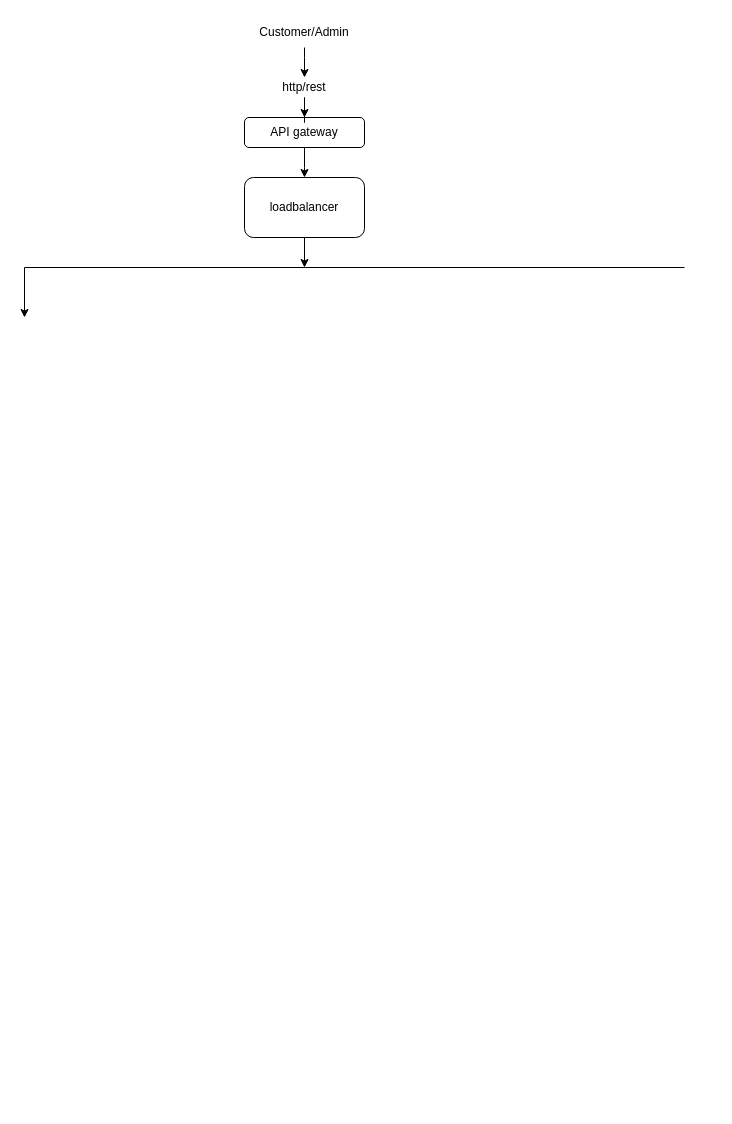
Before: Untitled Diagram.drawio in vishak-w/flybook, a draw.io diagram. Source tidied: cells renumbered, new cells numbered last; positions are measured from the earlier drawing's top-left corner, leaving out a move shared by most shapes. Both pictures are drawn from the tidied source at 100%, with x=0, y=0 at pixel (24, 17).
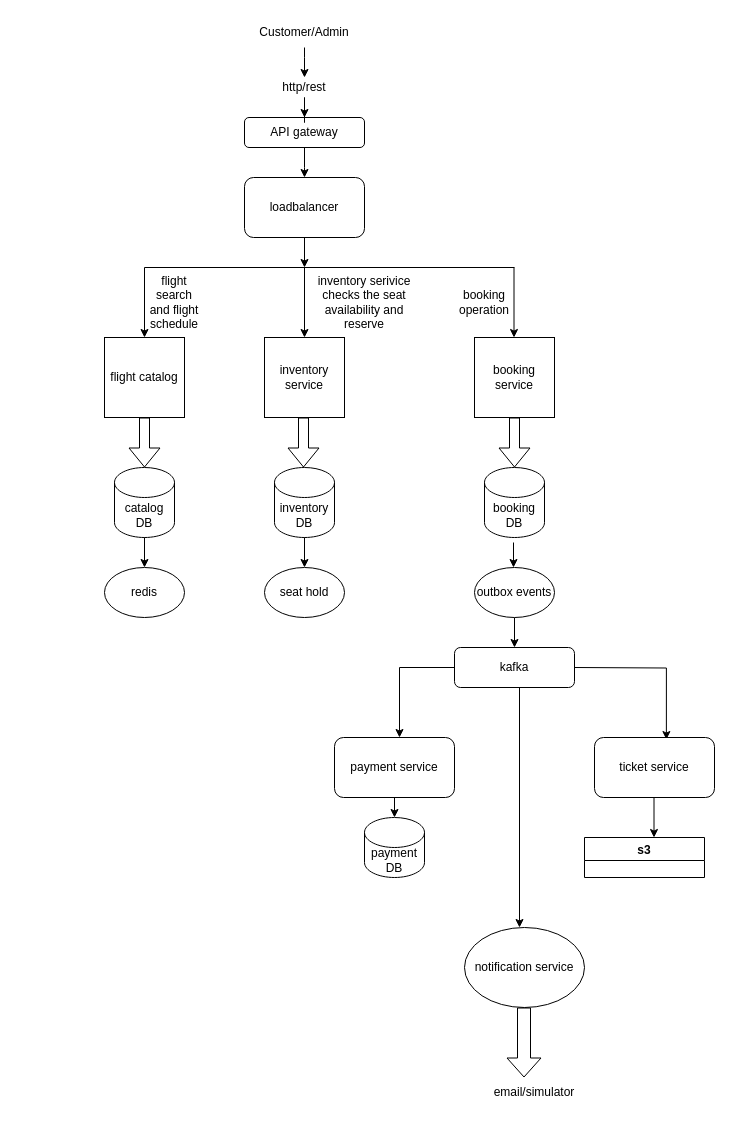
The same page after the edit.

What changed in the source:
```diff
@@
     <mxCell id="10" style="endArrow=none;html=1;rounded=0;defaultLabelBackgroundColor=page;strokeWidth=1;" parent="1" edge="1">
       <mxGeometry relative="1" as="geometry">
-        <mxPoint y="250" as="sourcePoint" />
-        <mxPoint x="660" y="250" as="targetPoint" />
+        <mxPoint x="120" y="250" as="sourcePoint" />
+        <mxPoint x="490" y="250" as="targetPoint" />
       </mxGeometry>
     </mxCell>
-    <mxCell id="11" style="endArrow=classic;html=1;rounded=0;defaultLabelBackgroundColor=page;" parent="1" edge="1">
+    <mxCell id="11" style="endArrow=classic;html=1;rounded=0;defaultLabelBackgroundColor=page;entryX=0.5;entryY=0;entryDx=0;entryDy=0;" parent="1" edge="1" target="13">
       <mxGeometry relative="1" as="geometry">
-        <mxPoint y="250" as="sourcePoint" />
-        <mxPoint y="300" as="targetPoint" />
+        <mxPoint x="120" y="250" as="sourcePoint" />
       </mxGeometry>
     </mxCell>
+    <mxCell id="12" value="flight search and flight schedule" style="text;html=1;whiteSpace=wrap;strokeColor=none;fillColor=none;align=center;verticalAlign=middle;rounded=0;" parent="1" vertex="1">
+      <mxGeometry x="120" y="270" width="60" height="30" as="geometry" />
+    </mxCell>
+    <mxCell id="13" value="flight catalog" style="whiteSpace=wrap;html=1;" parent="1" vertex="1">
+      <mxGeometry x="80" y="320" width="80" height="80" as="geometry" />
+    </mxCell>
+    <mxCell id="14" value="inventory service" style="whiteSpace=wrap;html=1;" parent="1" vertex="1">
+      <mxGeometry x="240" y="320" width="80" height="80" as="geometry" />
+    </mxCell>
+    <mxCell id="15" value="inventory serivice checks the seat availability and reserve" style="text;html=1;whiteSpace=wrap;strokeColor=none;fillColor=none;align=center;verticalAlign=middle;rounded=0;" parent="1" vertex="1">
+      <mxGeometry x="280" y="270" width="120" height="30" as="geometry" />
+    </mxCell>
+    <mxCell id="16" style="endArrow=classic;html=1;rounded=0;defaultLabelBackgroundColor=page;" parent="1" edge="1">
+      <mxGeometry relative="1" as="geometry">
+        <mxPoint x="489.5" y="250" as="sourcePoint" />
+        <mxPoint x="489.5" y="320" as="targetPoint" />
+      </mxGeometry>
+    </mxCell>
+    <mxCell id="17" value="booking service" style="whiteSpace=wrap;html=1;" parent="1" vertex="1">
+      <mxGeometry x="450" y="320" width="80" height="80" as="geometry" />
+    </mxCell>
+    <mxCell id="18" value="booking operation" style="text;html=1;whiteSpace=wrap;strokeColor=none;fillColor=none;align=center;verticalAlign=middle;rounded=0;" parent="1" vertex="1">
+      <mxGeometry x="430" y="270" width="60" height="30" as="geometry" />
+    </mxCell>
+    <mxCell id="19" style="endArrow=classic;html=1;rounded=0;defaultLabelBackgroundColor=page;" parent="1" edge="1" target="14">
+      <mxGeometry relative="1" as="geometry">
+        <mxPoint x="280" y="250" as="sourcePoint" />
+      </mxGeometry>
+    </mxCell>
+    <mxCell id="20" style="shape=flexArrow;endArrow=classic;html=1;rounded=0;defaultLabelBackgroundColor=page;" parent="1" edge="1">
+      <mxGeometry relative="1" as="geometry">
+        <mxPoint x="120" y="400" as="sourcePoint" />
+        <mxPoint x="120" y="450" as="targetPoint" />
+      </mxGeometry>
+    </mxCell>
+    <mxCell id="21" style="shape=flexArrow;endArrow=classic;html=1;rounded=0;defaultLabelBackgroundColor=page;" parent="1" edge="1">
+      <mxGeometry relative="1" as="geometry">
+        <mxPoint x="279" y="400" as="sourcePoint" />
+        <mxPoint x="279" y="450" as="targetPoint" />
+      </mxGeometry>
+    </mxCell>
+    <mxCell id="22" style="shape=flexArrow;endArrow=classic;html=1;rounded=0;defaultLabelBackgroundColor=page;" parent="1" edge="1">
+      <mxGeometry relative="1" as="geometry">
+        <mxPoint x="490" y="400" as="sourcePoint" />
+        <mxPoint x="490" y="450" as="targetPoint" />
+      </mxGeometry>
+    </mxCell>
+    <mxCell id="23" value="catalog DB" style="shape=cylinder3;whiteSpace=wrap;html=1;boundedLbl=1;backgroundOutline=1;size=15;" parent="1" vertex="1">
+      <mxGeometry x="90" y="450" width="60" height="70" as="geometry" />
+    </mxCell>
+    <mxCell id="24" value="inventory DB" style="shape=cylinder3;whiteSpace=wrap;html=1;boundedLbl=1;backgroundOutline=1;size=15;" parent="1" vertex="1">
+      <mxGeometry x="250" y="450" width="60" height="70" as="geometry" />
+    </mxCell>
+    <mxCell id="25" value="booking DB" style="shape=cylinder3;whiteSpace=wrap;html=1;boundedLbl=1;backgroundOutline=1;size=15;" parent="1" vertex="1">
+      <mxGeometry x="460" y="450" width="60" height="70" as="geometry" />
+    </mxCell>
+    <mxCell id="26" style="endArrow=classic;html=1;rounded=0;defaultLabelBackgroundColor=page;" parent="1" edge="1">
+      <mxGeometry relative="1" as="geometry">
+        <mxPoint x="120" y="520" as="sourcePoint" />
+        <mxPoint x="120" y="550" as="targetPoint" />
+      </mxGeometry>
+    </mxCell>
+    <mxCell id="27" style="endArrow=classic;html=1;rounded=0;defaultLabelBackgroundColor=page;" parent="1" edge="1">
+      <mxGeometry relative="1" as="geometry">
+        <mxPoint x="280" y="520" as="sourcePoint" />
+        <mxPoint x="280" y="550" as="targetPoint" />
+      </mxGeometry>
+    </mxCell>
+    <mxCell id="28" style="endArrow=classic;html=1;rounded=0;defaultLabelBackgroundColor=page;" parent="1" edge="1">
+      <mxGeometry relative="1" as="geometry">
+        <mxPoint x="489" y="525" as="sourcePoint" />
+        <mxPoint x="489" y="550" as="targetPoint" />
+      </mxGeometry>
+    </mxCell>
+    <mxCell id="29" value="redis" style="ellipse;whiteSpace=wrap;html=1;shapeInside=1;" parent="1" vertex="1">
+      <mxGeometry x="80" y="550" width="80" height="50" as="geometry" />
+    </mxCell>
+    <mxCell id="30" value="seat hold" style="ellipse;whiteSpace=wrap;html=1;shapeInside=1;" parent="1" vertex="1">
+      <mxGeometry x="240" y="550" width="80" height="50" as="geometry" />
+    </mxCell>
+    <mxCell id="31" style="edgeStyle=orthogonalEdgeStyle;rounded=0;jettySize=auto;html=1;defaultLabelBackgroundColor=page;" parent="1" edge="1" source="32" target="35">
+      <mxGeometry relative="1" as="geometry" />
+    </mxCell>
+    <mxCell id="32" value="outbox events" style="ellipse;whiteSpace=wrap;html=1;shapeInside=1;" parent="1" vertex="1">
+      <mxGeometry x="450" y="550" width="80" height="50" as="geometry" />
+    </mxCell>
+    <mxCell id="33" style="edgeStyle=orthogonalEdgeStyle;rounded=0;jettySize=auto;html=1;defaultLabelBackgroundColor=page;" parent="1" edge="1" source="35" target="36">
+      <mxGeometry relative="1" as="geometry">
+        <Array as="points">
+          <mxPoint x="375" y="650" />
+        </Array>
+      </mxGeometry>
+    </mxCell>
+    <mxCell id="34" style="edgeStyle=orthogonalEdgeStyle;rounded=0;jettySize=auto;html=1;defaultLabelBackgroundColor=page;entryX=0.599;entryY=0.034;entryDx=0;entryDy=0;entryPerimeter=0;" parent="1" edge="1" target="37">
+      <mxGeometry x="0.29" relative="1" as="geometry">
+        <mxPoint x="550" y="650" as="sourcePoint" />
+      </mxGeometry>
+    </mxCell>
+    <mxCell id="35" value="kafka" style="rounded=1;whiteSpace=wrap;html=1;" parent="1" vertex="1">
+      <mxGeometry x="430" y="630" width="120" height="40" as="geometry" />
+    </mxCell>
+    <mxCell id="36" value="payment service" style="whiteSpace=wrap;html=1;rounded=1;" parent="1" vertex="1">
+      <mxGeometry x="310" y="720" width="120" height="60" as="geometry" />
+    </mxCell>
+    <mxCell id="37" value="ticket service" style="whiteSpace=wrap;html=1;rounded=1;" parent="1" vertex="1">
+      <mxGeometry x="570" y="720" width="120" height="60" as="geometry" />
+    </mxCell>
+    <mxCell id="38" value="payment DB" style="shape=cylinder3;whiteSpace=wrap;html=1;boundedLbl=1;backgroundOutline=1;size=15;" parent="1" vertex="1">
+      <mxGeometry x="340" y="800" width="60" height="60" as="geometry" />
+    </mxCell>
+    <mxCell id="39" style="endArrow=classic;html=1;rounded=0;defaultLabelBackgroundColor=page;entryX=0.5;entryY=0;entryDx=0;entryDy=0;entryPerimeter=0;" parent="1" edge="1" target="38">
+      <mxGeometry relative="1" as="geometry">
+        <mxPoint x="370" y="780" as="sourcePoint" />
+      </mxGeometry>
+    </mxCell>
+    <mxCell id="40" style="endArrow=classic;html=1;rounded=0;defaultLabelBackgroundColor=page;" parent="1" edge="1">
+      <mxGeometry relative="1" as="geometry">
+        <mxPoint x="629.5" y="780" as="sourcePoint" />
+        <mxPoint x="629.5" y="820" as="targetPoint" />
+      </mxGeometry>
+    </mxCell>
+    <mxCell id="41" value="s3" style="swimlane;" parent="1" vertex="1">
+      <mxGeometry x="560" y="820" width="120" height="40" as="geometry" />
+    </mxCell>
+    <mxCell id="42" style="endArrow=classic;html=1;rounded=0;defaultLabelBackgroundColor=page;" parent="1" edge="1">
+      <mxGeometry relative="1" as="geometry">
+        <mxPoint x="495" y="670" as="sourcePoint" />
+        <mxPoint x="495" y="910" as="targetPoint" />
+      </mxGeometry>
+    </mxCell>
+    <mxCell id="43" value="notification service" style="ellipse;whiteSpace=wrap;html=1;shapeInside=1;" parent="1" vertex="1">
+      <mxGeometry x="440" y="910" width="120" height="80" as="geometry" />
+    </mxCell>
+    <mxCell id="44" style="shape=flexArrow;endArrow=classic;html=1;rounded=0;defaultLabelBackgroundColor=page;width=13;endSize=6;" parent="1" edge="1">
+      <mxGeometry relative="1" as="geometry">
+        <mxPoint x="499.5" y="990" as="sourcePoint" />
+        <mxPoint x="499.5" y="1060" as="targetPoint" />
+      </mxGeometry>
+    </mxCell>
+    <mxCell id="45" value="email/simulator" style="text;html=1;whiteSpace=wrap;strokeColor=none;fillColor=none;align=center;verticalAlign=middle;rounded=0;" parent="1" vertex="1">
+      <mxGeometry x="480" y="1060" width="60" height="30" as="geometry" />
+    </mxCell>
```
